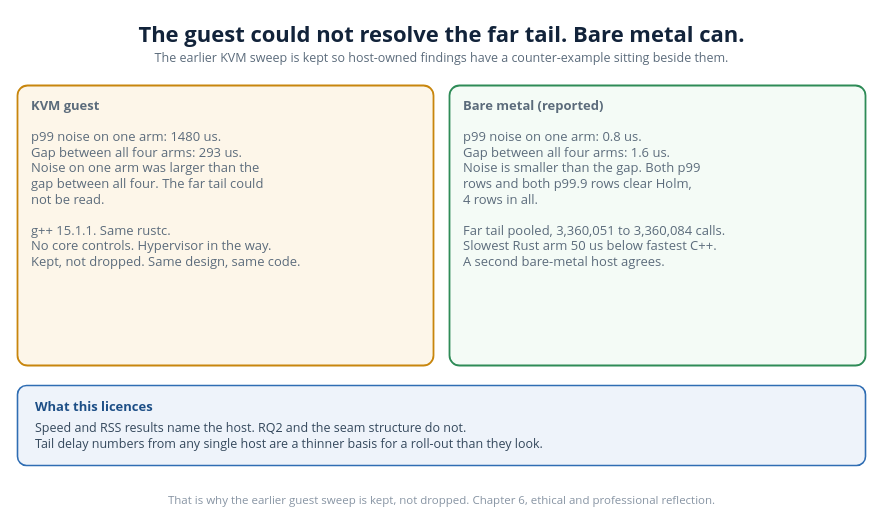
The draw.io diagram diagrams/review/59_guest_could_not_resolve.drawio in VienThanh12/Master-Thesis, before the edit. Source tidied: cells renumbered, new cells numbered last; positions are measured from the earlier drawing's top-left corner, leaving out a move shared by most shapes. Both pictures are drawn from the tidied source at 100%, with x=0, y=0 at pixel (17, 16).
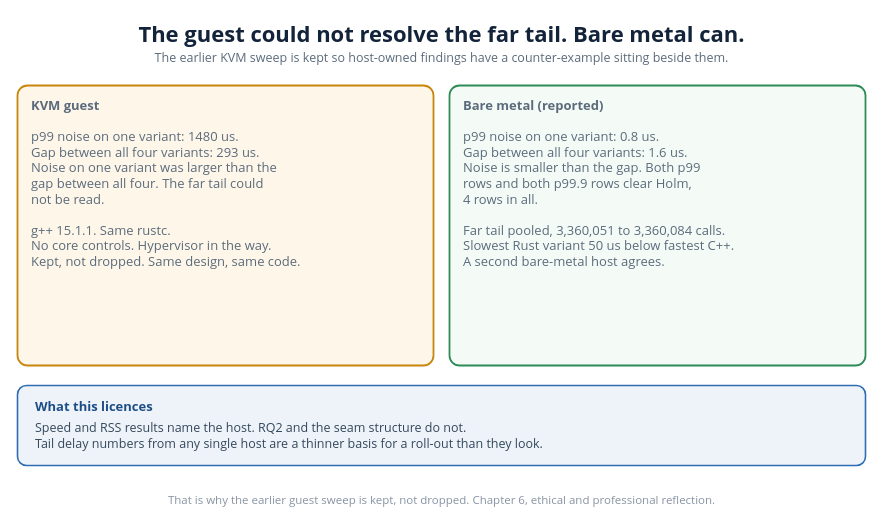
Above is the later version.

Change to the diagram source:
```diff
@@
 <mxGraphModel>
   <root>
     <mxCell id="0" />
     <mxCell id="1" parent="0" />
     <mxCell id="2" value="The guest could not resolve the far tail. Bare metal can." style="text;html=1;strokeColor=none;fillColor=none;whiteSpace=nowrap;align=center;verticalAlign=middle;fontSize=22;fontColor=#12233a;fontFamily=Segoe UI;fontStyle=1;" parent="1" vertex="1">
       <mxGeometry x="82.3" y="0.1" width="683.4" height="33" as="geometry" />
     </mxCell>
     <mxCell id="3" value="The earlier KVM sweep is kept so host-owned findings have a counter-example sitting beside them." style="text;html=1;strokeColor=none;fillColor=none;whiteSpace=nowrap;align=center;verticalAlign=middle;fontSize=12.5;fontColor=#5b6b7b;fontFamily=Segoe UI;" parent="1" vertex="1">
       <mxGeometry x="97" y="31.1" width="654" height="18.8" as="geometry" />
     </mxCell>
-    <mxCell id="4" value="&lt;b&gt;KVM guest&lt;/b&gt;&lt;br&gt;&lt;br&gt;p99 noise on one arm: 1480 us.&lt;br&gt;Gap between all four arms: 293 us.&lt;br&gt;Noise on one arm was larger than the&lt;br&gt;gap between all four. The far tail could&lt;br&gt;not be read.&lt;br&gt;&lt;br&gt;g++ 15.1.1. Same rustc.&lt;br&gt;No core controls. Hypervisor in the way.&lt;br&gt;Kept, not dropped. Same design, same code." style="rounded=1;whiteSpace=wrap;html=1;absoluteArcSize=1;arcSize=20;fillColor=#fdf6e9;strokeColor=#c8860d;strokeWidth=1.8;align=left;verticalAlign=top;spacingLeft=12;spacingTop=6;spacingRight=6;fontSize=13;fontColor=#5b6b7b;fontFamily=Segoe UI;" parent="1" vertex="1">
+    <mxCell id="4" value="&lt;b&gt;KVM guest&lt;/b&gt;&lt;br&gt;&lt;br&gt;p99 noise on one variant: 1480 us.&lt;br&gt;Gap between all four variants: 293 us.&lt;br&gt;Noise on one variant was larger than the&lt;br&gt;gap between all four. The far tail could&lt;br&gt;not be read.&lt;br&gt;&lt;br&gt;g++ 15.1.1. Same rustc.&lt;br&gt;No core controls. Hypervisor in the way.&lt;br&gt;Kept, not dropped. Same design, same code." style="rounded=1;whiteSpace=wrap;html=1;absoluteArcSize=1;arcSize=20;fillColor=#fdf6e9;strokeColor=#c8860d;strokeWidth=1.8;align=left;verticalAlign=top;spacingLeft=12;spacingTop=6;spacingRight=6;fontSize=13;fontColor=#5b6b7b;fontFamily=Segoe UI;" parent="1" vertex="1">
       <mxGeometry y="69" width="416" height="280" as="geometry" />
     </mxCell>
-    <mxCell id="5" value="&lt;b&gt;Bare metal (reported)&lt;/b&gt;&lt;br&gt;&lt;br&gt;p99 noise on one arm: 0.8 us.&lt;br&gt;Gap between all four arms: 1.6 us.&lt;br&gt;Noise is smaller than the gap. Both p99&lt;br&gt;rows and both p99.9 rows clear Holm,&lt;br&gt;4 rows in all.&lt;br&gt;&lt;br&gt;Far tail pooled, 3,360,051 to 3,360,084 calls.&lt;br&gt;Slowest Rust arm 50 us below fastest C++.&lt;br&gt;A second bare-metal host agrees." style="rounded=1;whiteSpace=wrap;html=1;absoluteArcSize=1;arcSize=20;fillColor=#f4fbf6;strokeColor=#2e8b57;strokeWidth=1.8;align=left;verticalAlign=top;spacingLeft=12;spacingTop=6;spacingRight=6;fontSize=13;fontColor=#5b6b7b;fontFamily=Segoe UI;" parent="1" vertex="1">
+    <mxCell id="5" value="&lt;b&gt;Bare metal (reported)&lt;/b&gt;&lt;br&gt;&lt;br&gt;p99 noise on one variant: 0.8 us.&lt;br&gt;Gap between all four variants: 1.6 us.&lt;br&gt;Noise is smaller than the gap. Both p99&lt;br&gt;rows and both p99.9 rows clear Holm,&lt;br&gt;4 rows in all.&lt;br&gt;&lt;br&gt;Far tail pooled, 3,360,051 to 3,360,084 calls.&lt;br&gt;Slowest Rust variant 50 us below fastest C++.&lt;br&gt;A second bare-metal host agrees." style="rounded=1;whiteSpace=wrap;html=1;absoluteArcSize=1;arcSize=20;fillColor=#f4fbf6;strokeColor=#2e8b57;strokeWidth=1.8;align=left;verticalAlign=top;spacingLeft=12;spacingTop=6;spacingRight=6;fontSize=13;fontColor=#5b6b7b;fontFamily=Segoe UI;" parent="1" vertex="1">
       <mxGeometry x="432" y="69" width="416" height="280" as="geometry" />
     </mxCell>
     <mxCell id="6" style="rounded=1;whiteSpace=wrap;html=1;absoluteArcSize=1;arcSize=18;fillColor=#eef3fa;strokeColor=#2f6db3;strokeWidth=1.6;" parent="1" vertex="1">
       <mxGeometry y="369" width="848" height="80" as="geometry" />
     </mxCell>
     <mxCell id="7" value="What this licences" style="text;html=1;strokeColor=none;fillColor=none;whiteSpace=nowrap;align=left;verticalAlign=middle;fontSize=13;fontColor=#1c4e86;fontFamily=Segoe UI;fontStyle=1;" parent="1" vertex="1">
       <mxGeometry x="16" y="380.6" width="127.5" height="19.5" as="geometry" />
     </mxCell>
     <mxCell id="8" value="Speed and RSS results name the host. RQ2 and the seam structure do not." style="text;html=1;strokeColor=none;fillColor=none;whiteSpace=nowrap;align=left;verticalAlign=middle;fontSize=12.5;fontColor=#33475b;fontFamily=Segoe UI;" parent="1" vertex="1">
       <mxGeometry x="16" y="401.1" width="483.7" height="18.8" as="geometry" />
     </mxCell>
     <mxCell id="9" value="Tail delay numbers from any single host are a thinner basis for a roll-out than they look." style="text;html=1;strokeColor=none;fillColor=none;whiteSpace=nowrap;align=left;verticalAlign=middle;fontSize=12.5;fontColor=#33475b;fontFamily=Segoe UI;" parent="1" vertex="1">
       <mxGeometry x="16" y="417.1" width="613.1" height="18.8" as="geometry" />
     </mxCell>
     <mxCell id="10" value="That is why the earlier guest sweep is kept, not dropped. Chapter 6, ethical and professional reflection." style="text;html=1;strokeColor=none;fillColor=none;whiteSpace=nowrap;align=center;verticalAlign=middle;fontSize=11.5;fontColor=#8794a3;fontFamily=Segoe UI;" parent="1" vertex="1">
       <mxGeometry x="95" y="474.1" width="658.1" height="17.2" as="geometry" />
     </mxCell>
   </root>
 </mxGraphModel>
```
